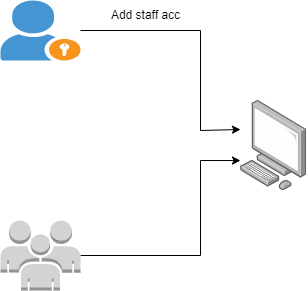
Jayrou12345/Flowchart keeps this draw.io diagram as operational_f.png. Above is the earlier version. Source tidied: cells renumbered, new cells last; positions are measured from the earlier drawing's top-left corner, leaving out a move shared by most shapes.
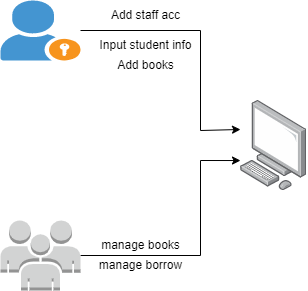
Later version of the same file.

Diff of the diagram source:
```diff
@@ -30,5 +30,17 @@
     <mxCell id="7" value="Add staff acc" style="text;html=1;align=center;verticalAlign=middle;strokeColor=none;fillColor=none;" parent="1" vertex="1">
       <mxGeometry x="100" width="90" height="30" as="geometry" />
     </mxCell>
+    <mxCell id="8" value="Input student info" style="text;html=1;align=center;verticalAlign=middle;strokeColor=none;fillColor=none;" parent="1" vertex="1">
+      <mxGeometry x="85" y="30" width="120" height="30" as="geometry" />
+    </mxCell>
+    <mxCell id="9" value="Add books" style="text;html=1;align=center;verticalAlign=middle;strokeColor=none;fillColor=none;" parent="1" vertex="1">
+      <mxGeometry x="105" y="50" width="80" height="30" as="geometry" />
+    </mxCell>
+    <mxCell id="10" value="manage books" style="text;html=1;align=center;verticalAlign=middle;strokeColor=none;fillColor=none;" parent="1" vertex="1">
+      <mxGeometry x="90" y="230" width="100" height="30" as="geometry" />
+    </mxCell>
+    <mxCell id="11" value="manage borrow" style="text;html=1;align=center;verticalAlign=middle;strokeColor=none;fillColor=none;" parent="1" vertex="1">
+      <mxGeometry x="85" y="250" width="110" height="30" as="geometry" />
+    </mxCell>
   </root>
 </mxGraphModel>
```
